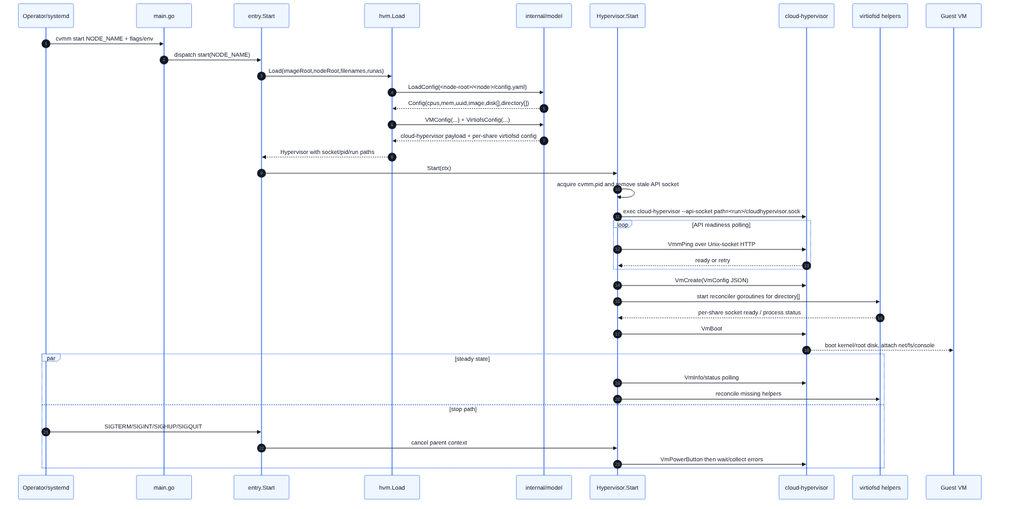
This is docs/diagrams/request-decision-flow.png from spi-ca/cvmm, a Mermaid export, as it was before one commit. Its source is kept beside it as docs/diagrams/request-decision-flow.mmd. The source it was exported from:
```mermaid
sequenceDiagram
    autonumber
    participant Caller as Operator/systemd
    participant Main as main.go
    participant Entry as entry.Start
    participant Load as hvm.Load
    participant Model as internal/model
    participant HV as Hypervisor.Start
    participant CH as cloud-hypervisor
    participant VFS as virtiofsd helpers
    participant Guest as Guest VM

    Caller->>Main: cvmm start NODE_NAME + flags/env
    Main->>Entry: dispatch start(NODE_NAME)
    Entry->>Load: Load(imageRoot,nodeRoot,filenames,runas)
    Load->>Model: LoadConfig(<node-root>/<node>/config.yaml)
    Model-->>Load: Config(cpus,mem,uuid,image,disk[],directory[])
    Load->>Model: VMConfig(...) + VirtiofsConfig(...)
    Model-->>Load: cloud-hypervisor payload + per-share virtiofsd config
    Load-->>Entry: Hypervisor with socket/pid/run paths
    Entry->>HV: Start(ctx)
    HV->>HV: acquire cvmm.pid and remove stale API socket
    HV->>CH: exec cloud-hypervisor --api-socket path=<run>/cloudhypervisor.sock
    loop API readiness polling
        HV->>CH: VmmPing over Unix-socket HTTP
        CH-->>HV: ready or retry
    end
    HV->>CH: VmCreate(VmConfig JSON)
    HV->>VFS: start reconciler goroutines for directory[]
    VFS-->>HV: per-share socket ready / process status
    HV->>CH: VmBoot
    CH-->>Guest: boot kernel/root disk, attach net/fs/console
    par steady state
        HV->>CH: VmInfo/status polling
        HV->>VFS: reconcile missing helpers
    and stop path
        Caller->>Entry: SIGTERM/SIGINT/SIGHUP/SIGQUIT
        Entry->>HV: cancel parent context
        HV->>CH: VmPowerButton then wait/collect errors
    end
```
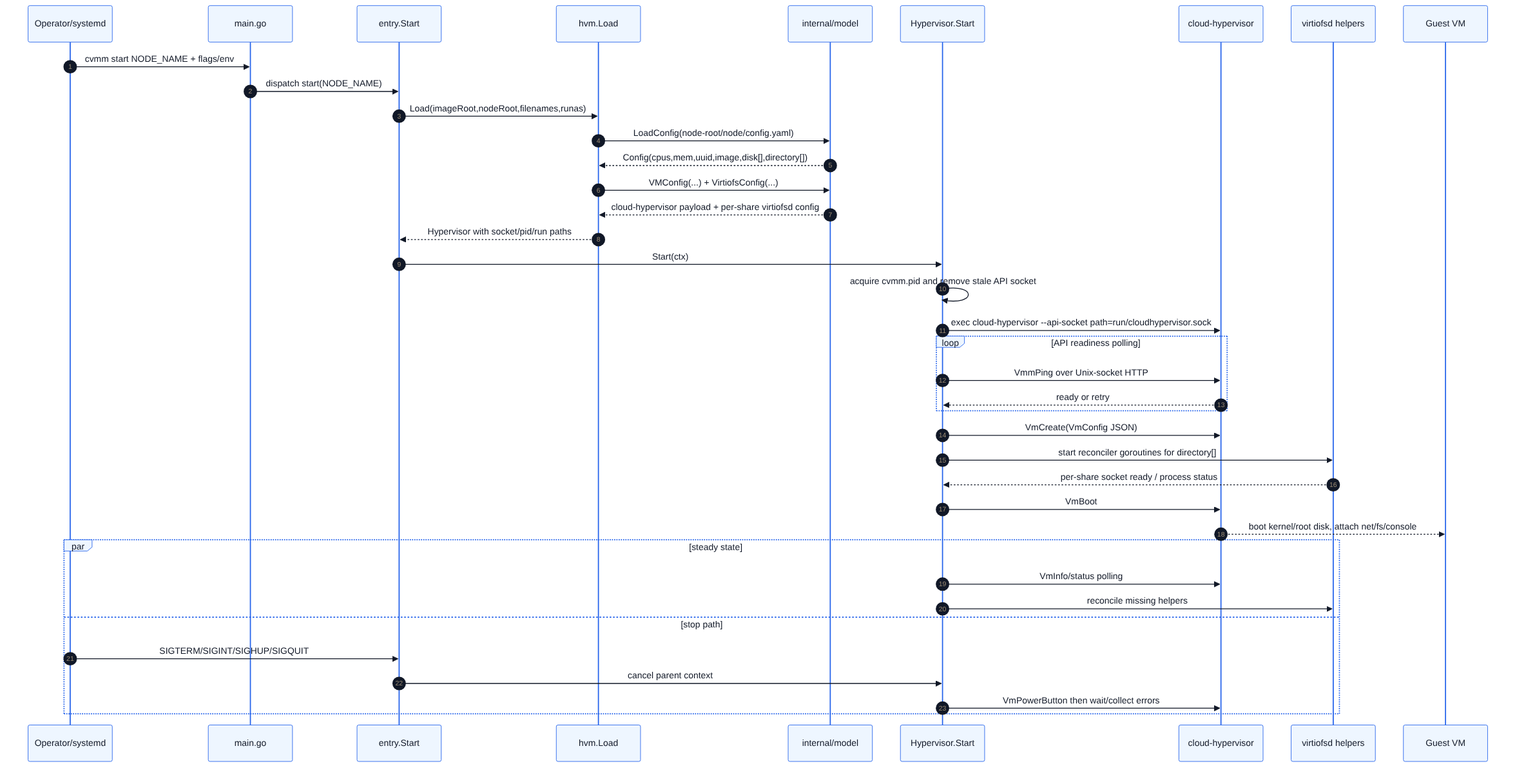
After the change.

Diff of the diagram source:
```diff
@@ -13,14 +13,14 @@
     Caller->>Main: cvmm start NODE_NAME + flags/env
     Main->>Entry: dispatch start(NODE_NAME)
     Entry->>Load: Load(imageRoot,nodeRoot,filenames,runas)
-    Load->>Model: LoadConfig(<node-root>/<node>/config.yaml)
+    Load->>Model: LoadConfig(node-root/node/config.yaml)
     Model-->>Load: Config(cpus,mem,uuid,image,disk[],directory[])
     Load->>Model: VMConfig(...) + VirtiofsConfig(...)
     Model-->>Load: cloud-hypervisor payload + per-share virtiofsd config
     Load-->>Entry: Hypervisor with socket/pid/run paths
     Entry->>HV: Start(ctx)
     HV->>HV: acquire cvmm.pid and remove stale API socket
-    HV->>CH: exec cloud-hypervisor --api-socket path=<run>/cloudhypervisor.sock
+    HV->>CH: exec cloud-hypervisor --api-socket path=run/cloudhypervisor.sock
     loop API readiness polling
         HV->>CH: VmmPing over Unix-socket HTTP
         CH-->>HV: ready or retry
```
